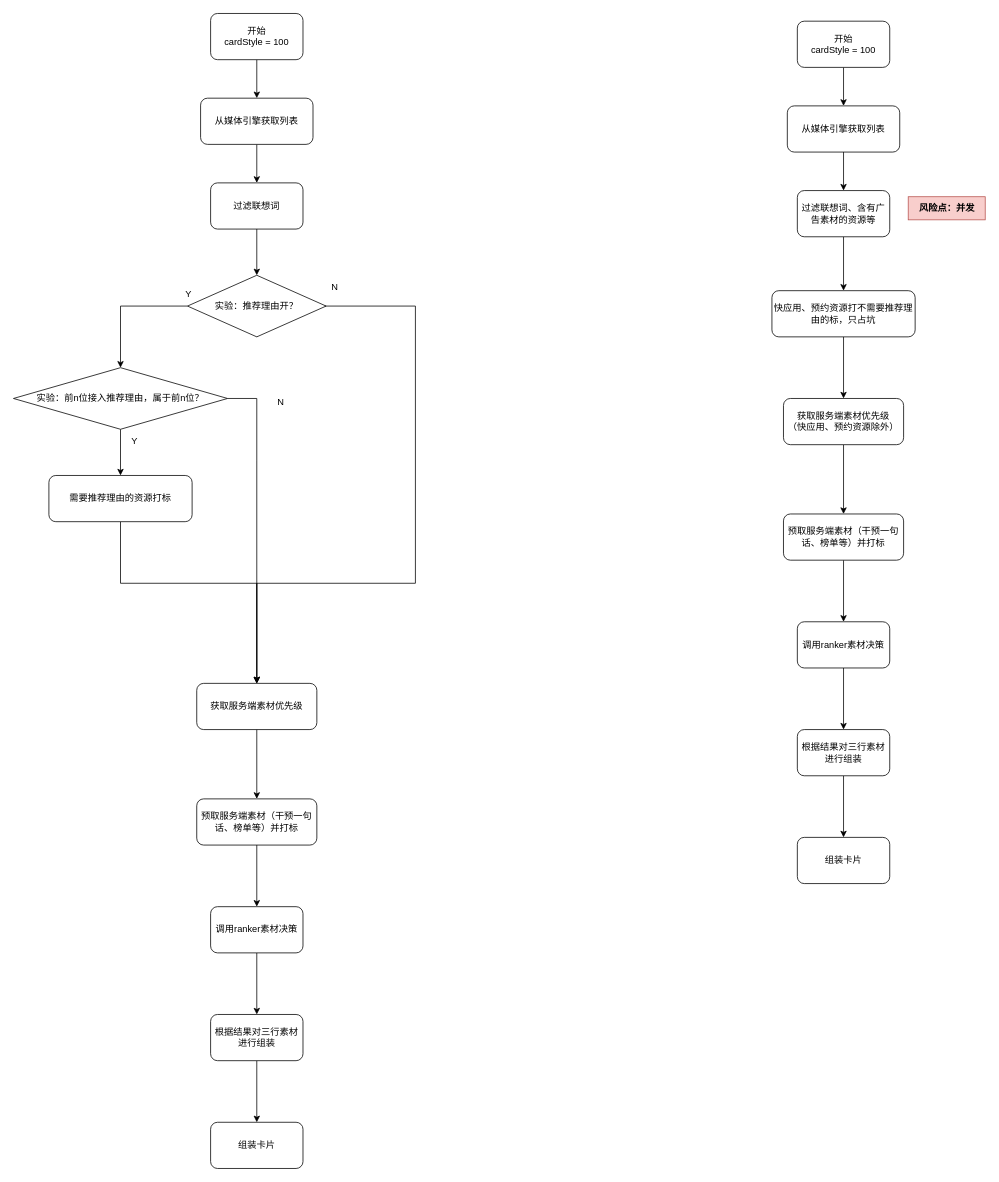
ETHAN0430/draw.io.repo keeps this draw.io diagram as 23113400 搜索接推荐理由 服务端技术文档.drawio. Above is the earlier version. Source tidied: cells renumbered, new cells numbered last; positions are measured from the earlier drawing's top-left corner, leaving out a move shared by most shapes. Both pictures are drawn from the tidied source at 77%, with x=0, y=0 at pixel (13, 13).
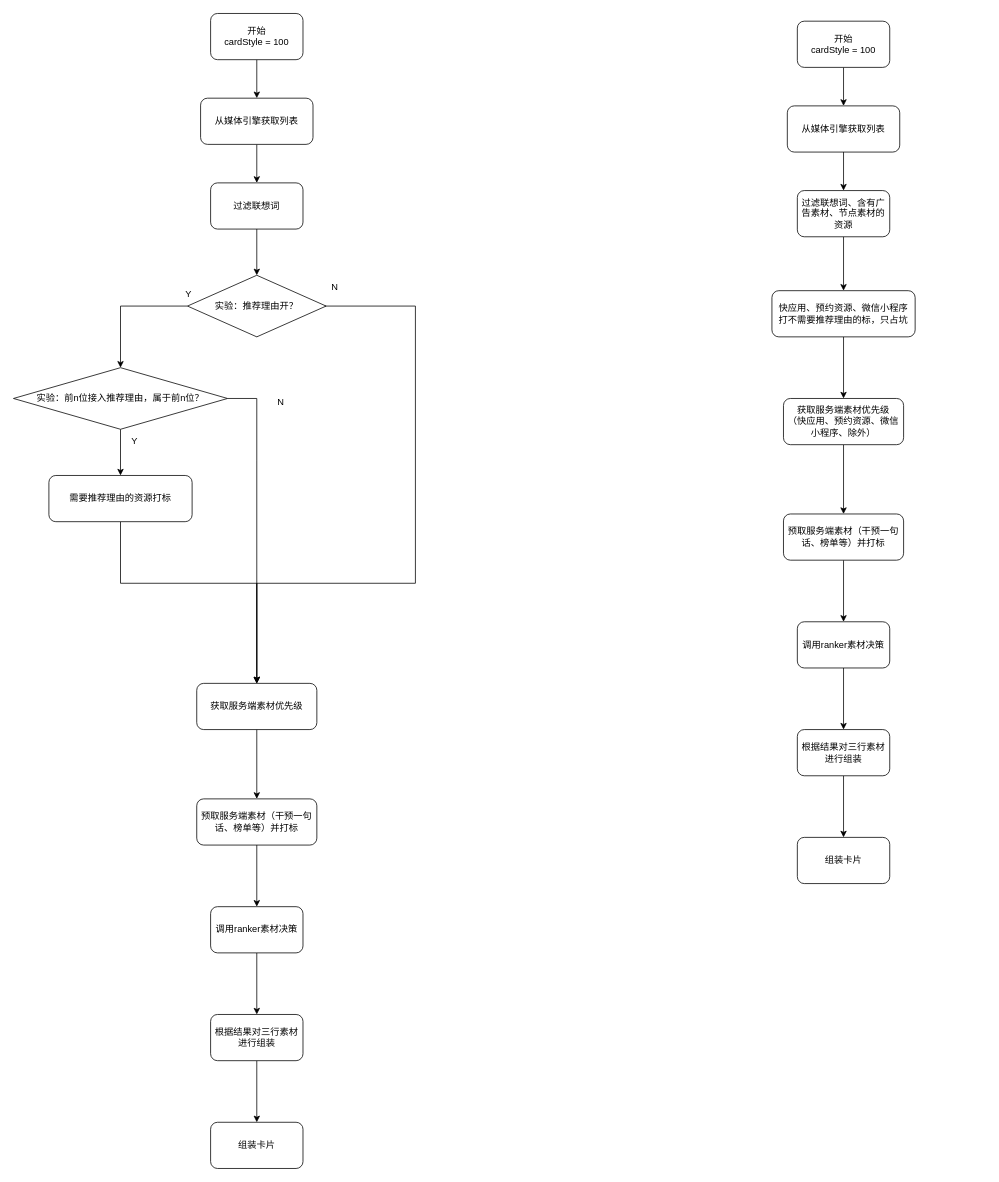
The same diagram, later.

Commit message:
更新23113400 搜索接推荐理由 服务端技术文档.drawio

Diff of the diagram source:
```diff
@@
-    <mxCell id="34" value="过滤联想词、含有广告素材的资源等" style="whiteSpace=wrap;html=1;rounded=1;" parent="1" vertex="1">
+    <mxCell id="34" value="过滤联想词、含有广告素材、节点素材的资源" style="whiteSpace=wrap;html=1;rounded=1;" parent="1" vertex="1">
       <mxGeometry x="1018" y="230" width="120" height="60" as="geometry" />
     </mxCell>
@@
-    <mxCell id="36" value="快应用、预约资源打不需要推荐理由的标，只占坑" style="whiteSpace=wrap;html=1;rounded=1;" parent="1" vertex="1">
+    <mxCell id="36" value="快应用、预约资源、微信小程序&lt;br&gt;打不需要推荐理由的标，只占坑" style="whiteSpace=wrap;html=1;rounded=1;" parent="1" vertex="1">
       <mxGeometry x="985" y="360" width="186" height="60" as="geometry" />
     </mxCell>
@@
-    <mxCell id="38" value="获取服务端素材优先级&lt;br&gt;（快应用、预约资源除外）" style="whiteSpace=wrap;html=1;rounded=1;" parent="1" vertex="1">
+    <mxCell id="38" value="获取服务端素材优先级&lt;br&gt;（快应用、预约资源、微信小程序、除外）" style="whiteSpace=wrap;html=1;rounded=1;" parent="1" vertex="1">
       <mxGeometry x="1000" y="500" width="156" height="60" as="geometry" />
     </mxCell>
@@
-    <mxCell id="46" value="风险点：并发" style="text;html=1;align=center;verticalAlign=middle;strokeColor=#b85450;fillColor=#f8cecc;fontStyle=1;" parent="1" vertex="1">
-      <mxGeometry x="1162" y="238" width="100" height="30" as="geometry" />
-    </mxCell>
```
